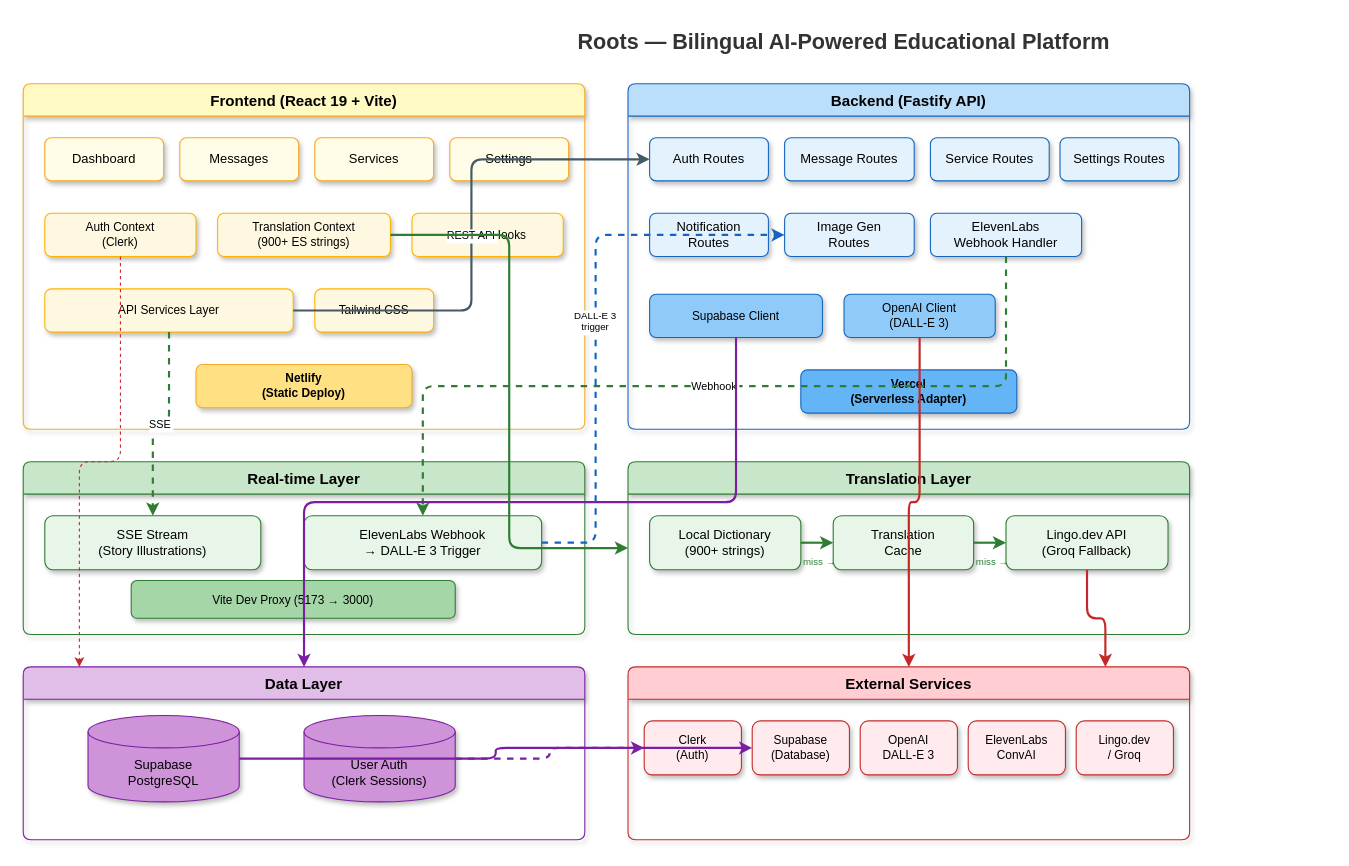
Above: docs/roots-architecture.drawio in frivas/roots (draw.io), before the change. Source tidied: cells renumbered, new cells numbered last; positions are measured from the earlier drawing's top-left corner, leaving out a move shared by most shapes. Both pictures are drawn from the tidied source at 108%, with x=0, y=0 at pixel (23, 18).
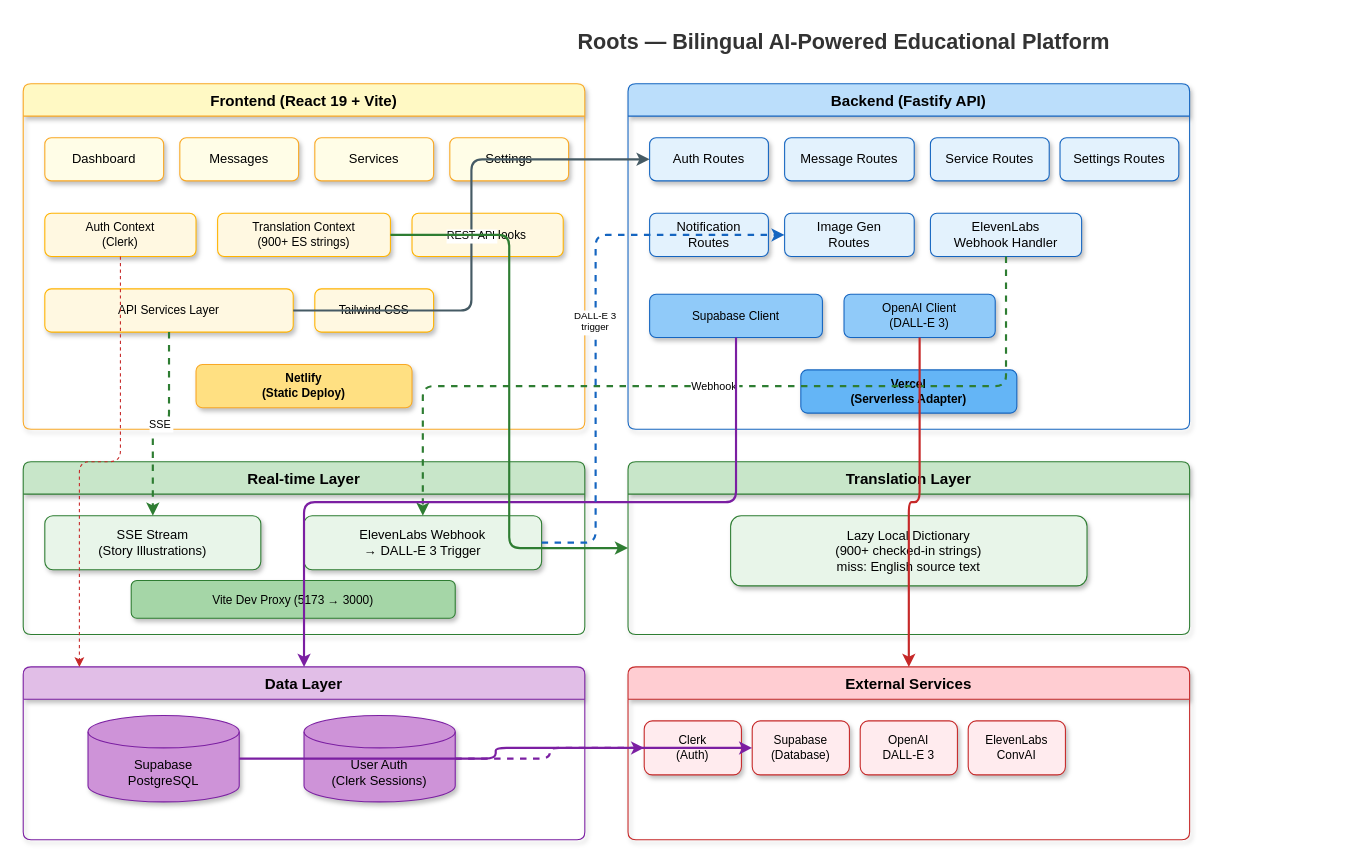
Above is the later version.

The change refers to these unchanged cells:
```xml
<mxCell id="29" value="Translation Layer" style="shape=swimlane;startSize=30;fillColor=#C8E6C9;strokeColor=#2E7D32;fontStyle=1;fontSize=14;rounded=1;arcSize=8;shadow=1;" parent="1" vertex="1">
  <mxGeometry x="560" y="410" width="520" height="160" as="geometry" />
</mxCell>
<mxCell id="40" value="External Services" style="shape=swimlane;startSize=30;fillColor=#FFCDD2;strokeColor=#C62828;fontStyle=1;fontSize=14;rounded=1;arcSize=8;shadow=1;" parent="1" vertex="1">
  <mxGeometry x="560" y="600" width="520" height="160" as="geometry" />
</mxCell>
```

Change to the diagram source:
```diff
@@
-    <mxCell id="30" value="Local Dictionary&#10;(900+ strings)" style="rounded=1;whiteSpace=wrap;html=1;fillColor=#E8F5E9;strokeColor=#2E7D32;fontSize=12;shadow=1;" parent="29" vertex="1">
-      <mxGeometry x="20" y="50" width="140" height="50" as="geometry" />
+    <mxCell id="30" value="Lazy Local Dictionary&#10;(900+ checked-in strings)&#10;miss: English source text" style="rounded=1;whiteSpace=wrap;html=1;fillColor=#E8F5E9;strokeColor=#2E7D32;fontSize=12;shadow=1;" parent="29" vertex="1">
+      <mxGeometry x="95" y="50" width="330" height="65" as="geometry" />
     </mxCell>
-    <mxCell id="31" value="Translation&#10;Cache" style="rounded=1;whiteSpace=wrap;html=1;fillColor=#E8F5E9;strokeColor=#2E7D32;fontSize=12;shadow=1;" parent="29" vertex="1">
-      <mxGeometry x="190" y="50" width="130" height="50" as="geometry" />
-    </mxCell>
-    <mxCell id="32" value="Lingo.dev API&#10;(Groq Fallback)" style="rounded=1;whiteSpace=wrap;html=1;fillColor=#E8F5E9;strokeColor=#2E7D32;fontSize=12;shadow=1;" parent="29" vertex="1">
-      <mxGeometry x="350" y="50" width="150" height="50" as="geometry" />
-    </mxCell>
-    <mxCell id="33" style="edgeStyle=orthogonalEdgeStyle;rounded=1;strokeColor=#2E7D32;strokeWidth=2;fontSize=10;" parent="29" edge="1" source="30" target="31">
-      <mxGeometry relative="1" as="geometry" />
-    </mxCell>
-    <mxCell id="34" style="edgeStyle=orthogonalEdgeStyle;rounded=1;strokeColor=#2E7D32;strokeWidth=2;fontSize=10;" parent="29" edge="1" source="31" target="32">
-      <mxGeometry relative="1" as="geometry" />
-    </mxCell>
-    <mxCell id="35" value="miss →" style="text;html=1;align=center;verticalAlign=middle;whiteSpace=wrap;fontSize=9;fontColor=#2E7D32;" parent="29" vertex="1">
-      <mxGeometry x="160" y="85" width="35" height="15" as="geometry" />
-    </mxCell>
-    <mxCell id="36" value="miss →" style="text;html=1;align=center;verticalAlign=middle;whiteSpace=wrap;fontSize=9;fontColor=#2E7D32;" parent="29" vertex="1">
-      <mxGeometry x="320" y="85" width="35" height="15" as="geometry" />
-    </mxCell>
@@
-    <mxCell id="45" value="Lingo.dev&#10;/ Groq" style="rounded=1;whiteSpace=wrap;html=1;fillColor=#FFEBEE;strokeColor=#C62828;fontSize=11;shadow=1;" parent="40" vertex="1">
-      <mxGeometry x="415" y="50" width="90" height="50" as="geometry" />
-    </mxCell>
@@
-    <mxCell id="54" style="edgeStyle=orthogonalEdgeStyle;rounded=1;strokeColor=#C62828;strokeWidth=2;fontSize=10;exitX=0.5;exitY=1;exitDx=0;exitDy=0;entryX=0.85;entryY=0;entryDx=0;entryDy=0;" parent="1" edge="1" source="32" target="40">
-      <mxGeometry relative="1" as="geometry" />
-    </mxCell>
```
